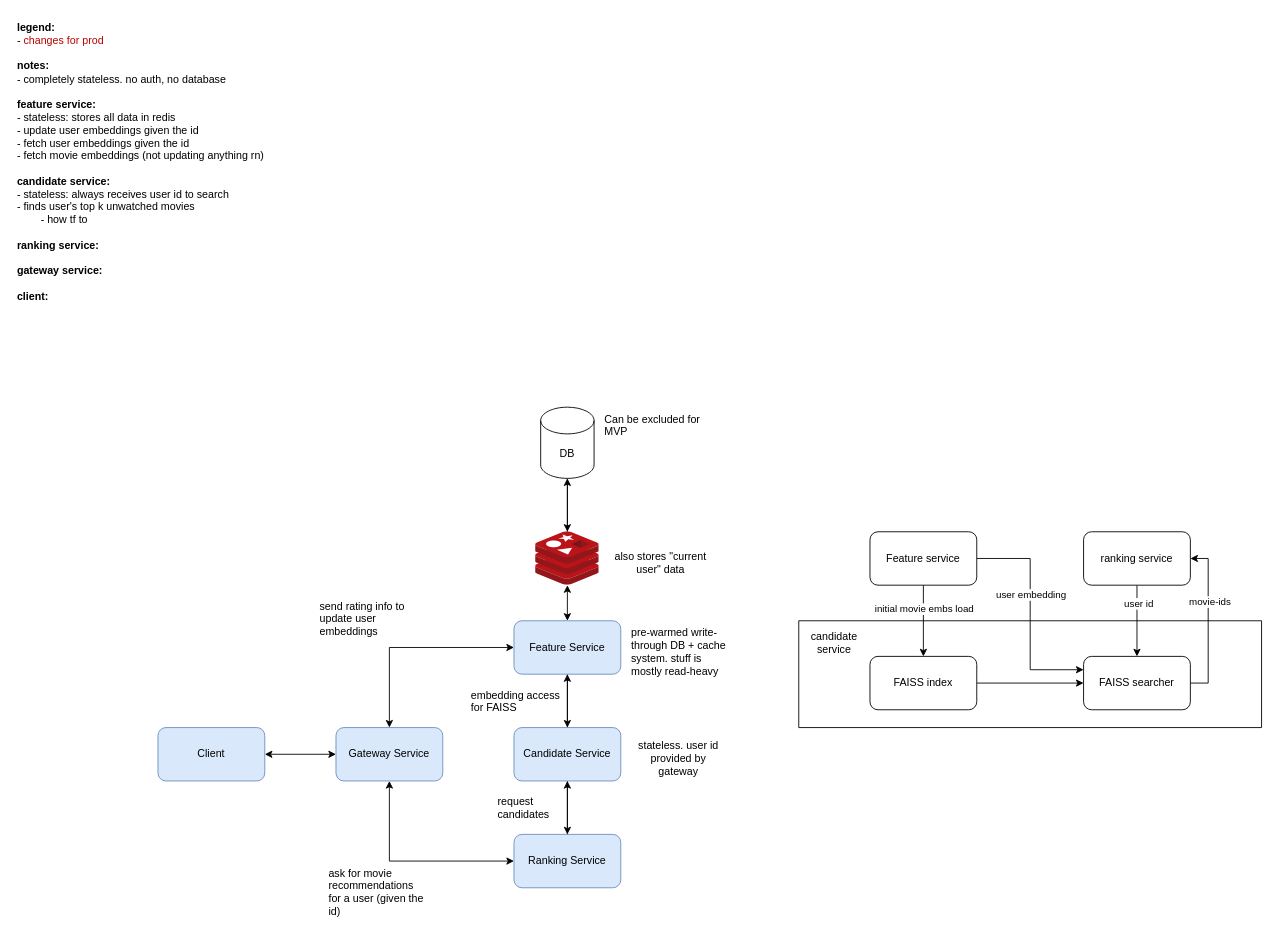
Before: docs/mvp-microservices.drawio in AshkanArabim/movie-recommender, a draw.io diagram. Source tidied: cells renumbered, new cells numbered last; positions are measured from the earlier drawing's top-left corner, leaving out a move shared by most shapes. Both pictures are drawn from the tidied source at 89%, with x=0, y=0 at pixel (15, 15).
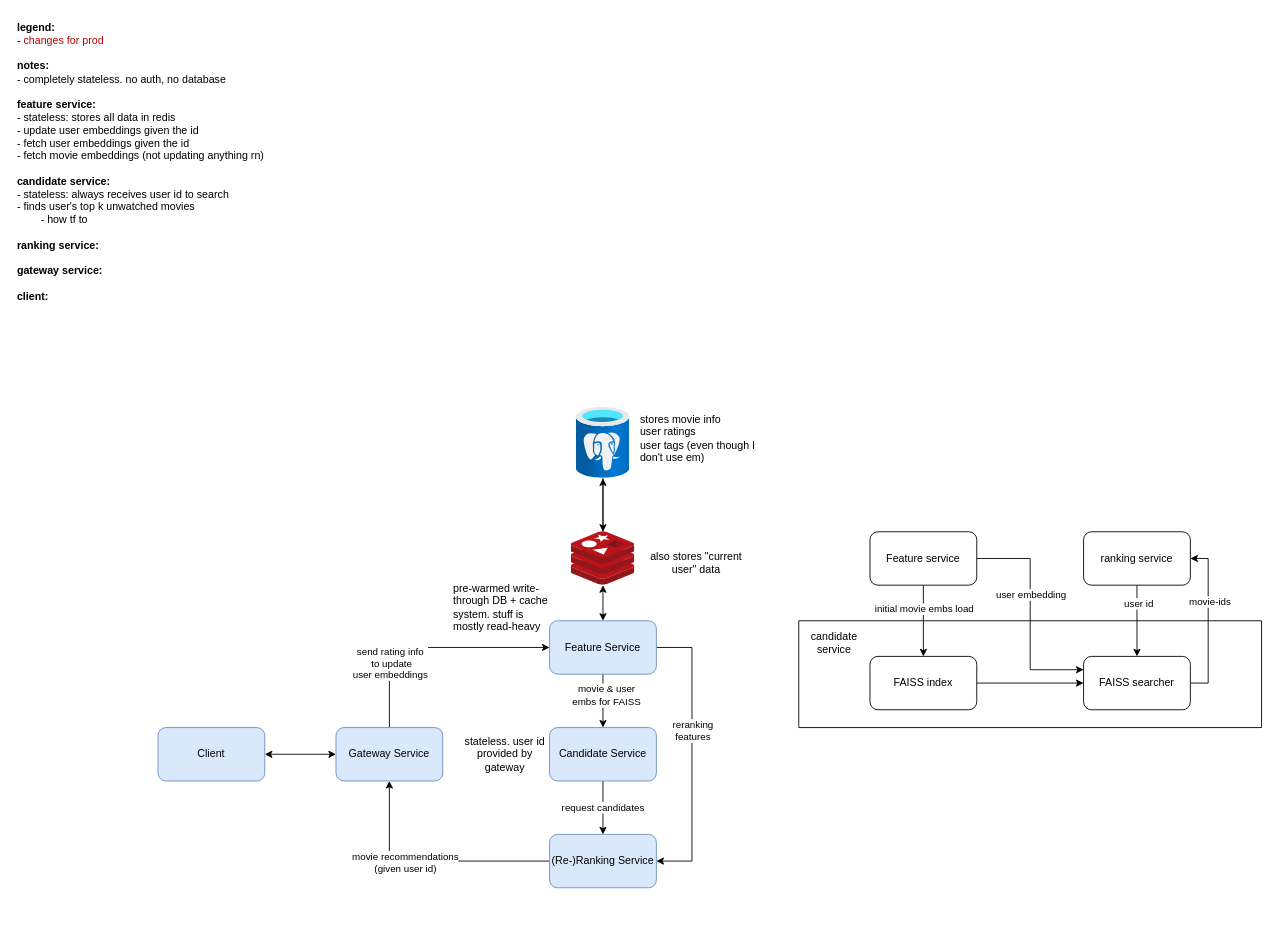
Above is the later version.

Commit message:
add write-through cache to drawio diagram

Unchanged cells that the change refers to:
```xml
<mxCell id="4" style="edgeStyle=orthogonalEdgeStyle;rounded=0;jettySize=auto;html=1;" parent="1" edge="1" source="5" target="8">
  <mxGeometry relative="1" as="geometry" />
</mxCell>
<mxCell id="13" value="Gateway S&lt;span style=&quot;background-color: transparent; color: light-dark(rgb(0, 0, 0), rgb(255, 255, 255));&quot;&gt;ervice&lt;/span&gt;" style="rounded=1;whiteSpace=wrap;html=1;fillColor=#dae8fc;strokeColor=#6c8ebf;" parent="1" vertex="1">
  <mxGeometry x="360" y="800" width="120" height="60" as="geometry" />
</mxCell>
```

What changed in the source:
```diff
@@
-    <mxCell id="2" style="edgeStyle=orthogonalEdgeStyle;rounded=0;jettySize=auto;html=1;startArrow=classic;startFill=1;" parent="1" edge="1" source="5" target="13">
-      <mxGeometry relative="1" as="geometry" />
-    </mxCell>
@@
+    <mxCell id="43" value="movie &amp;amp; user &lt;br&gt;embs for FAISS" style="edgeLabel;html=1;align=center;verticalAlign=middle;" parent="4" vertex="1">
+      <mxGeometry x="-0.24" y="3" relative="1" as="geometry" />
+    </mxCell>
+    <mxCell id="44" style="edgeStyle=orthogonalEdgeStyle;rounded=0;jettySize=auto;html=1;entryX=1;entryY=0.5;entryDx=0;entryDy=0;" parent="1" edge="1" source="5" target="11">
+      <mxGeometry relative="1" as="geometry">
+        <Array as="points">
+          <mxPoint x="760" y="710" />
+          <mxPoint x="760" y="950" />
+        </Array>
+      </mxGeometry>
+    </mxCell>
+    <mxCell id="45" value="reranking&lt;br&gt;features" style="edgeLabel;html=1;align=center;verticalAlign=middle;" parent="44" vertex="1">
+      <mxGeometry x="-0.17" relative="1" as="geometry" />
+    </mxCell>
     <mxCell id="5" value="Feature Service" style="rounded=1;whiteSpace=wrap;html=1;fillColor=#dae8fc;strokeColor=#6c8ebf;" parent="1" vertex="1">
-      <mxGeometry x="560" y="680" width="120" height="60" as="geometry" />
+      <mxGeometry x="600" y="680" width="120" height="60" as="geometry" />
     </mxCell>
-    <mxCell id="6" style="edgeStyle=orthogonalEdgeStyle;rounded=0;jettySize=auto;html=1;" parent="1" edge="1" source="8" target="5">
-      <mxGeometry relative="1" as="geometry" />
-    </mxCell>
-    <mxCell id="7" style="edgeStyle=orthogonalEdgeStyle;rounded=0;jettySize=auto;html=1;" parent="1" edge="1" source="8" target="11">
-      <mxGeometry relative="1" as="geometry" />
-    </mxCell>
+    <mxCell id="42" value="request candidates" style="edgeStyle=orthogonalEdgeStyle;rounded=0;jettySize=auto;html=1;" parent="1" edge="1" source="8" target="11">
+      <mxGeometry relative="1" as="geometry" />
+    </mxCell>
     <mxCell id="8" value="Candidate Service" style="rounded=1;whiteSpace=wrap;html=1;fillColor=#dae8fc;strokeColor=#6c8ebf;" parent="1" vertex="1">
-      <mxGeometry x="560" y="800" width="120" height="60" as="geometry" />
+      <mxGeometry x="600" y="800" width="120" height="60" as="geometry" />
     </mxCell>
-    <mxCell id="9" style="edgeStyle=orthogonalEdgeStyle;rounded=0;jettySize=auto;html=1;startArrow=classic;startFill=1;" parent="1" edge="1" source="11" target="13">
+    <mxCell id="9" style="edgeStyle=orthogonalEdgeStyle;rounded=0;jettySize=auto;html=1;" parent="1" edge="1" source="11" target="13">
       <mxGeometry relative="1" as="geometry" />
     </mxCell>
-    <mxCell id="10" style="edgeStyle=orthogonalEdgeStyle;rounded=0;jettySize=auto;html=1;" parent="1" edge="1" source="11" target="8">
-      <mxGeometry relative="1" as="geometry" />
-    </mxCell>
+    <mxCell id="46" value="movie recommendations&lt;br&gt;(given user id)" style="edgeLabel;html=1;align=center;verticalAlign=middle;" parent="9" vertex="1">
+      <mxGeometry x="0.21" y="1" relative="1" as="geometry" />
+    </mxCell>
-    <mxCell id="11" value="Ranking Service" style="rounded=1;whiteSpace=wrap;html=1;fillColor=#dae8fc;strokeColor=#6c8ebf;" parent="1" vertex="1">
-      <mxGeometry x="560" y="920" width="120" height="60" as="geometry" />
+    <mxCell id="11" value="(Re-)Ranking Service" style="rounded=1;whiteSpace=wrap;html=1;fillColor=#dae8fc;strokeColor=#6c8ebf;" parent="1" vertex="1">
+      <mxGeometry x="600" y="920" width="120" height="60" as="geometry" />
     </mxCell>
@@
+    <mxCell id="47" style="edgeStyle=orthogonalEdgeStyle;rounded=0;jettySize=auto;html=1;entryX=0;entryY=0.5;entryDx=0;entryDy=0;" parent="1" edge="1" source="13" target="5">
+      <mxGeometry relative="1" as="geometry">
+        <Array as="points">
+          <mxPoint x="420" y="710" />
+        </Array>
+      </mxGeometry>
+    </mxCell>
+    <mxCell id="24" value="send rating info&lt;br&gt;&amp;nbsp;to update &lt;br&gt;user embeddings" style="edgeLabel;html=1;align=center;verticalAlign=middle;" parent="47" vertex="1">
+      <mxGeometry x="-0.46" relative="1" as="geometry" />
+    </mxCell>
@@
-    <mxCell id="15" style="edgeStyle=orthogonalEdgeStyle;rounded=0;jettySize=auto;html=1;" parent="1" edge="1" source="16" target="21">
-      <mxGeometry relative="1" as="geometry" />
-    </mxCell>
+    <mxCell id="48" style="edgeStyle=orthogonalEdgeStyle;rounded=0;jettySize=auto;html=1;" parent="1" edge="1" source="16" target="50">
+      <mxGeometry relative="1" as="geometry" />
+    </mxCell>
     <mxCell id="16" style="image;sketch=0;html=1;points=[];align=center;fontSize=12;image=img/lib/mscae/Cache_Redis_Product.svg;" parent="1" vertex="1">
-      <mxGeometry x="584.3" y="580" width="71.4" height="60" as="geometry" />
+      <mxGeometry x="624.3" y="580" width="71.4" height="60" as="geometry" />
     </mxCell>
     <mxCell id="17" value="also stores &quot;current user&quot; data" style="text;html=1;whiteSpace=wrap;strokeColor=none;fillColor=none;align=center;verticalAlign=middle;rounded=0;" parent="1" vertex="1">
-      <mxGeometry x="670" y="580" width="110" height="70" as="geometry" />
+      <mxGeometry x="710" y="580" width="110" height="70" as="geometry" />
     </mxCell>
@@
     <mxCell id="19" value="stateless. user id provided by gateway" style="text;html=1;whiteSpace=wrap;strokeColor=none;fillColor=none;align=center;verticalAlign=middle;rounded=0;" parent="1" vertex="1">
-      <mxGeometry x="690" y="800" width="110" height="70" as="geometry" />
+      <mxGeometry x="500" y="800" width="100" height="60" as="geometry" />
     </mxCell>
-    <mxCell id="20" style="edgeStyle=orthogonalEdgeStyle;rounded=0;jettySize=auto;html=1;" parent="1" edge="1" source="21" target="16">
-      <mxGeometry relative="1" as="geometry" />
-    </mxCell>
-    <mxCell id="21" value="DB" style="shape=cylinder3;whiteSpace=wrap;html=1;boundedLbl=1;backgroundOutline=1;size=15;" parent="1" vertex="1">
-      <mxGeometry x="590" y="440" width="60" height="80" as="geometry" />
-    </mxCell>
     <mxCell id="22" value="pre-warmed write-through DB + cache system. stuff is mostly read-heavy" style="text;html=1;whiteSpace=wrap;strokeColor=none;fillColor=none;align=left;verticalAlign=top;rounded=0;" parent="1" vertex="1">
-      <mxGeometry x="690" y="680" width="110" height="70" as="geometry" />
+      <mxGeometry x="490" y="630" width="110" height="70" as="geometry" />
     </mxCell>
-    <mxCell id="23" value="Can be excluded for MVP" style="text;html=1;whiteSpace=wrap;strokeColor=none;fillColor=none;align=left;verticalAlign=top;rounded=0;" parent="1" vertex="1">
-      <mxGeometry x="660" y="440" width="110" height="70" as="geometry" />
+    <mxCell id="23" value="stores movie info&lt;div&gt;user ratings&lt;/div&gt;&lt;div&gt;user tags (even though I don't use em)&lt;/div&gt;" style="text;html=1;whiteSpace=wrap;strokeColor=none;fillColor=none;align=left;verticalAlign=top;rounded=0;" parent="1" vertex="1">
+      <mxGeometry x="700" y="440" width="140" height="70" as="geometry" />
     </mxCell>
-    <mxCell id="24" value="send rating info to update user embeddings" style="text;html=1;whiteSpace=wrap;strokeColor=none;fillColor=none;align=left;verticalAlign=top;rounded=0;" parent="1" vertex="1">
-      <mxGeometry x="340" y="650" width="110" height="70" as="geometry" />
-    </mxCell>
-    <mxCell id="25" value="embedding access for FAISS" style="text;html=1;whiteSpace=wrap;strokeColor=none;fillColor=none;align=left;verticalAlign=top;rounded=0;" parent="1" vertex="1">
-      <mxGeometry x="510" y="750" width="110" height="40" as="geometry" />
-    </mxCell>
@@
-    <mxCell id="41" value="ask for movie recommendations for a user (given the id)" style="text;html=1;whiteSpace=wrap;strokeColor=none;fillColor=none;align=left;verticalAlign=top;rounded=0;" parent="1" vertex="1">
-      <mxGeometry x="350" y="950" width="110" height="70" as="geometry" />
-    </mxCell>
-    <mxCell id="42" value="request candidates" style="text;html=1;whiteSpace=wrap;strokeColor=none;fillColor=none;align=left;verticalAlign=top;rounded=0;" parent="1" vertex="1">
-      <mxGeometry x="540" y="870" width="80" height="40" as="geometry" />
-    </mxCell>
+    <mxCell id="49" style="edgeStyle=orthogonalEdgeStyle;rounded=0;jettySize=auto;html=1;" parent="1" edge="1" source="50" target="16">
+      <mxGeometry relative="1" as="geometry" />
+    </mxCell>
+    <mxCell id="50" style="image;html=1;points=[];align=center;fontSize=12;image=img/lib/azure2/databases/Azure_Database_PostgreSQL_Server.svg;" parent="1" vertex="1">
+      <mxGeometry x="630" y="440" width="60" height="80" as="geometry" />
+    </mxCell>
```
